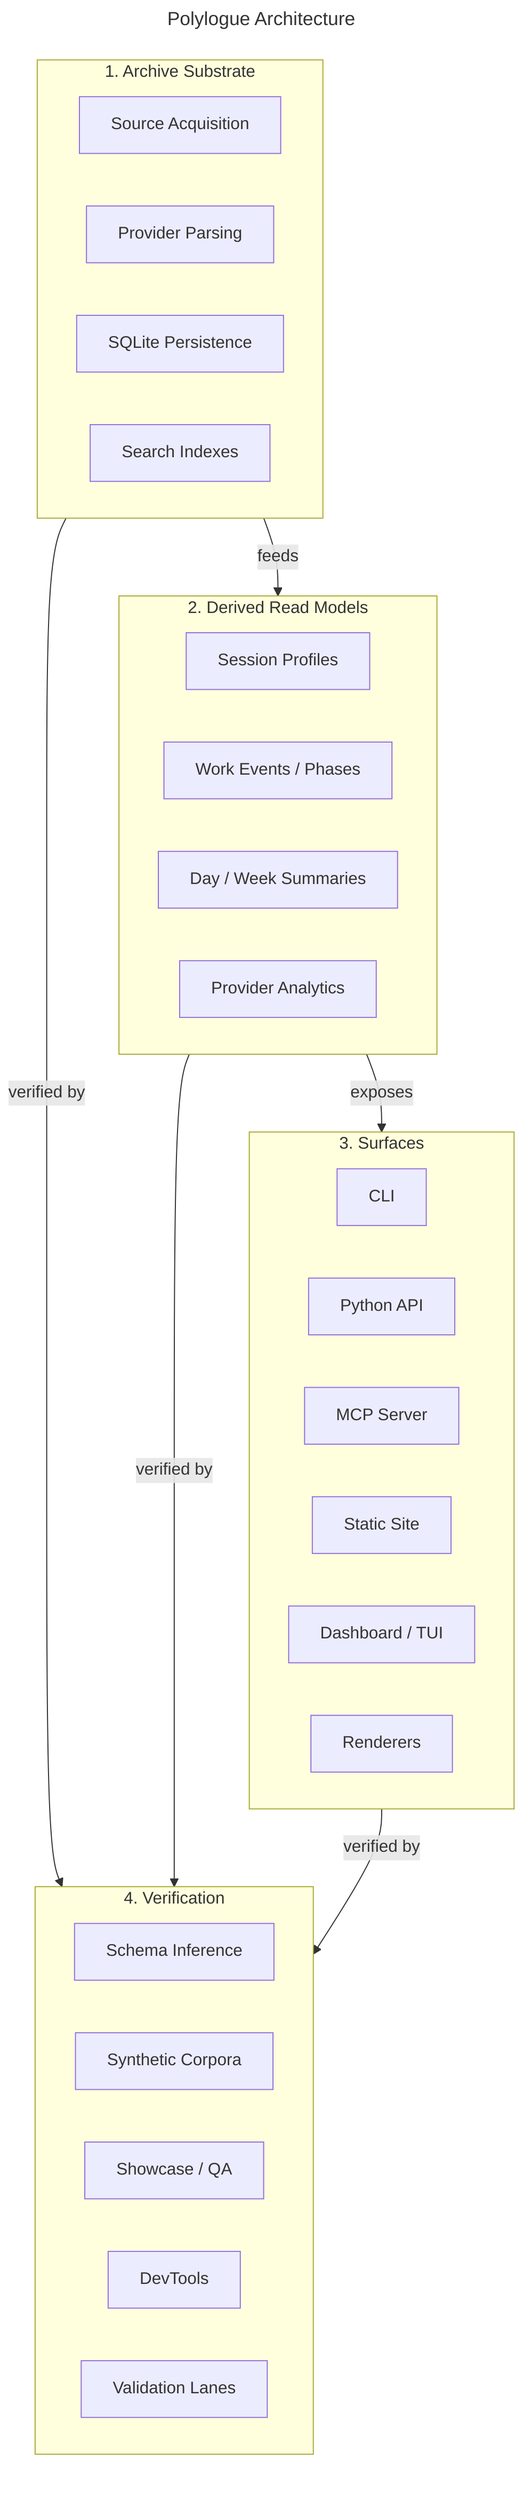
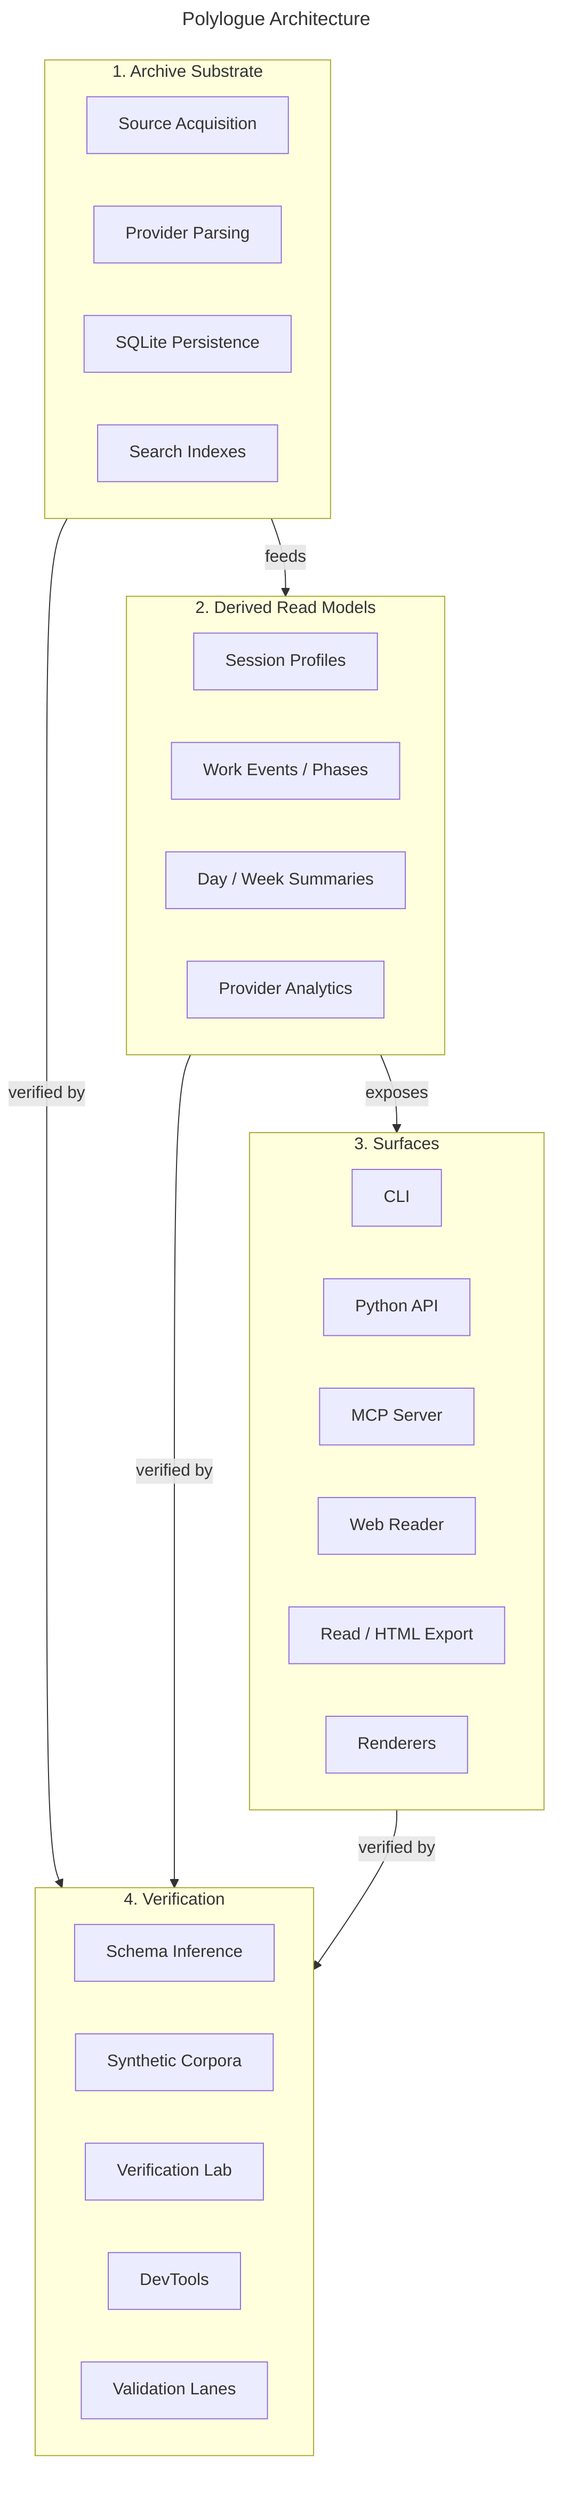
---
title: Polylogue Architecture
---
graph TB
    subgraph Ring1["1. Archive Substrate"]
        A1["Source Acquisition"]
        A2["Provider Parsing"]
        A3["SQLite Persistence"]
        A4["Search Indexes"]
    end

    subgraph Ring2["2. Derived Read Models"]
        B1["Session Profiles"]
        B2["Work Events / Phases"]
        B3["Day / Week Summaries"]
        B4["Provider Analytics"]
    end

    subgraph Ring3["3. Surfaces"]
        C1["CLI"]
        C2["Python API"]
        C3["MCP Server"]
-         C4["Static Site"]
-         C5["Dashboard / TUI"]
+         C4["Web Reader"]
+         C5["Read / HTML Export"]
        C6["Renderers"]
    end

    subgraph Ring4["4. Verification"]
        D1["Schema Inference"]
        D2["Synthetic Corpora"]
-         D3["Showcase / QA"]
+         D3["Verification Lab"]
        D4["DevTools"]
        D5["Validation Lanes"]
    end

    Ring1 -->|"feeds"| Ring2
    Ring2 -->|"exposes"| Ring3
    Ring1 -->|"verified by"| Ring4
    Ring2 -->|"verified by"| Ring4
    Ring3 -->|"verified by"| Ring4
